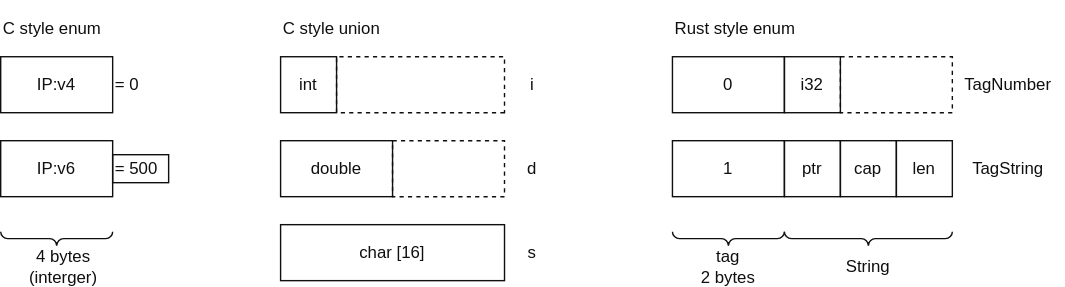
Before: docs/rust/memory_layout/images/enum.drawio.svg, a diagram exported from draw.io (htgithub194/self-study). Source tidied: cells renumbered, new cells last; positions are measured from the earlier drawing's top-left corner, leaving out a move shared by most shapes.
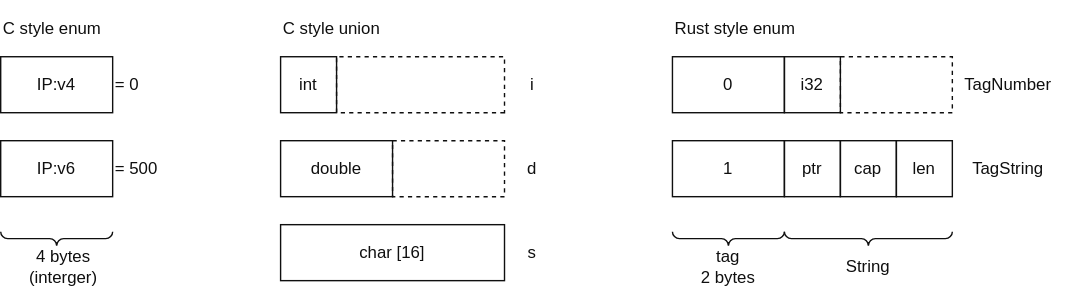
Later version of the same file.

What changed in the source:
```diff
@@ -11,7 +11,7 @@
     <mxCell id="4" value="IP:v6" style="rounded=0;whiteSpace=wrap;html=1;flipH=1;flipV=1;fillColor=none;fontColor=light-dark(#0F0F0F,#F0F0F0);strokeColor=light-dark(#0F0F0F,#F0F0F0);" parent="1" vertex="1">
       <mxGeometry y="100" width="80" height="40" as="geometry" />
     </mxCell>
-    <mxCell id="5" value="&amp;nbsp;= 500" style="text;html=1;strokeColor=light-dark(#0F0F0F,#F0F0F0);fillColor=none;align=left;verticalAlign=middle;whiteSpace=wrap;rounded=0;fontColor=light-dark(#0F0F0F,#F0F0F0);" parent="1" vertex="1">
+    <mxCell id="5" value="&amp;nbsp;= 500" style="text;html=1;strokeColor=none;fillColor=none;align=left;verticalAlign=middle;whiteSpace=wrap;rounded=0;fontColor=light-dark(#0F0F0F,#F0F0F0);" parent="1" vertex="1">
       <mxGeometry x="80" y="110" width="40" height="20" as="geometry" />
     </mxCell>
     <mxCell id="6" style="verticalLabelPosition=bottom;shadow=0;dashed=0;align=center;html=1;verticalAlign=top;strokeWidth=1;shape=mxgraph.mockup.markup.curlyBrace;strokeColor=light-dark(#0F0F0F,#F0F0F0);rotation=-180;fontColor=light-dark(#0F0F0F,#F0F0F0);" parent="1" vertex="1">
```
